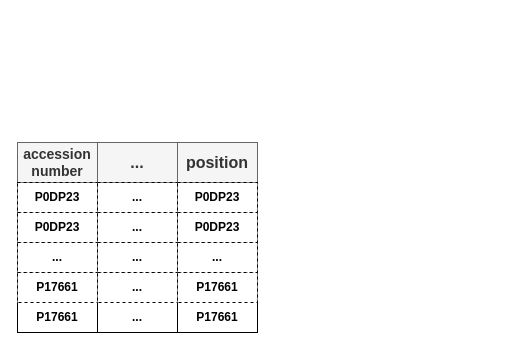
Earlier version of the draw.io diagram Algorithm_acet.drawio (NikolaiL-dev/pictures.drawio). Source tidied: cells renumbered, new cells numbered last; positions are measured from the earlier drawing's top-left corner, leaving out a move shared by most shapes. Both pictures are drawn from the tidied source at 100%, with x=0, y=0 at pixel (17, 142).
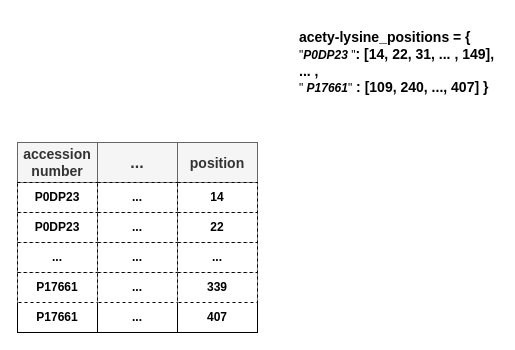
The same page after the edit.

The change refers to these unchanged cells:
```xml
<mxCell id="18" style="group;" parent="1" vertex="1">
  <mxGeometry x="160" width="80" height="190" as="geometry" />
</mxCell>
```

Change to the diagram source:
```diff
@@
-    <mxCell id="19" value="&lt;p&gt;&lt;font style=&quot;font-size: 16px;&quot;&gt;&lt;b&gt;position&lt;/b&gt;&lt;/font&gt;&lt;/p&gt;" style="rounded=0;whiteSpace=wrap;html=1;fillColor=#f5f5f5;fontColor=#333333;strokeColor=#666666;" parent="18" vertex="1">
+    <mxCell id="19" value="&lt;p style=&quot;font-size: 15px;&quot;&gt;&lt;font size=&quot;1&quot;&gt;&lt;b style=&quot;font-size: 14px;&quot;&gt;position&lt;/b&gt;&lt;/font&gt;&lt;/p&gt;" style="rounded=0;whiteSpace=wrap;html=1;fillColor=#f5f5f5;fontColor=#333333;strokeColor=#666666;" parent="18" vertex="1">
       <mxGeometry width="80" height="40" as="geometry" />
     </mxCell>
@@
-    <mxCell id="21" value="P0DP23" style="rounded=0;whiteSpace=wrap;html=1;dashed=1;fontStyle=1;" parent="18" vertex="1">
+    <mxCell id="21" value="14" style="rounded=0;whiteSpace=wrap;html=1;dashed=1;fontStyle=1;" parent="18" vertex="1">
       <mxGeometry y="40" width="80" height="30" as="geometry" />
     </mxCell>
-    <mxCell id="22" value="P0DP23" style="rounded=0;whiteSpace=wrap;html=1;dashed=1;fontStyle=1;" parent="18" vertex="1">
+    <mxCell id="22" value="22" style="rounded=0;whiteSpace=wrap;html=1;dashed=1;fontStyle=1;" parent="18" vertex="1">
       <mxGeometry y="70" width="80" height="30" as="geometry" />
     </mxCell>
@@
-    <mxCell id="24" value="P17661" style="rounded=0;whiteSpace=wrap;html=1;dashed=1;fontStyle=1;" parent="18" vertex="1">
+    <mxCell id="24" value="339" style="rounded=0;whiteSpace=wrap;html=1;dashed=1;fontStyle=1;" parent="18" vertex="1">
       <mxGeometry y="130" width="80" height="30" as="geometry" />
     </mxCell>
-    <mxCell id="25" value="P17661" style="text;html=1;strokeColor=none;fillColor=none;align=center;verticalAlign=middle;whiteSpace=wrap;rounded=0;fontStyle=1;" parent="18" vertex="1">
+    <mxCell id="25" value="407" style="text;html=1;strokeColor=none;fillColor=none;align=center;verticalAlign=middle;whiteSpace=wrap;rounded=0;fontStyle=1;" parent="18" vertex="1">
       <mxGeometry x="10" y="160" width="60" height="30" as="geometry" />
     </mxCell>
+    <mxCell id="26" value="&lt;div align=&quot;left&quot;&gt;&lt;b&gt;&lt;font style=&quot;font-size: 14px;&quot;&gt;acety-lysine_positions = { &lt;/font&gt;&lt;/b&gt;&quot;&lt;b&gt;&lt;i&gt;P0DP23&lt;/i&gt;&lt;/b&gt; &quot;&lt;b&gt;&lt;font style=&quot;font-size: 14px;&quot;&gt;: [14, 22, 31, ... , 149],&lt;/font&gt;&lt;/b&gt;&lt;/div&gt;&lt;div align=&quot;left&quot;&gt;&lt;b&gt;&lt;font style=&quot;font-size: 14px;&quot;&gt;... ,&lt;br&gt;&lt;/font&gt;&lt;/b&gt;&lt;/div&gt;&lt;div align=&quot;left&quot;&gt;&quot; &lt;i&gt;&lt;b&gt;P17661&lt;/b&gt;&lt;/i&gt;&quot;&lt;b&gt;&lt;font style=&quot;font-size: 14px;&quot;&gt; : [109, 240, ..., 407] } &lt;br&gt;&lt;/font&gt;&lt;/b&gt;&lt;/div&gt;" style="text;html=1;strokeColor=none;fillColor=none;align=left;verticalAlign=middle;whiteSpace=wrap;rounded=0;" parent="1" vertex="1">
+      <mxGeometry x="280" y="-125" width="200" height="90" as="geometry" />
+    </mxCell>
```
